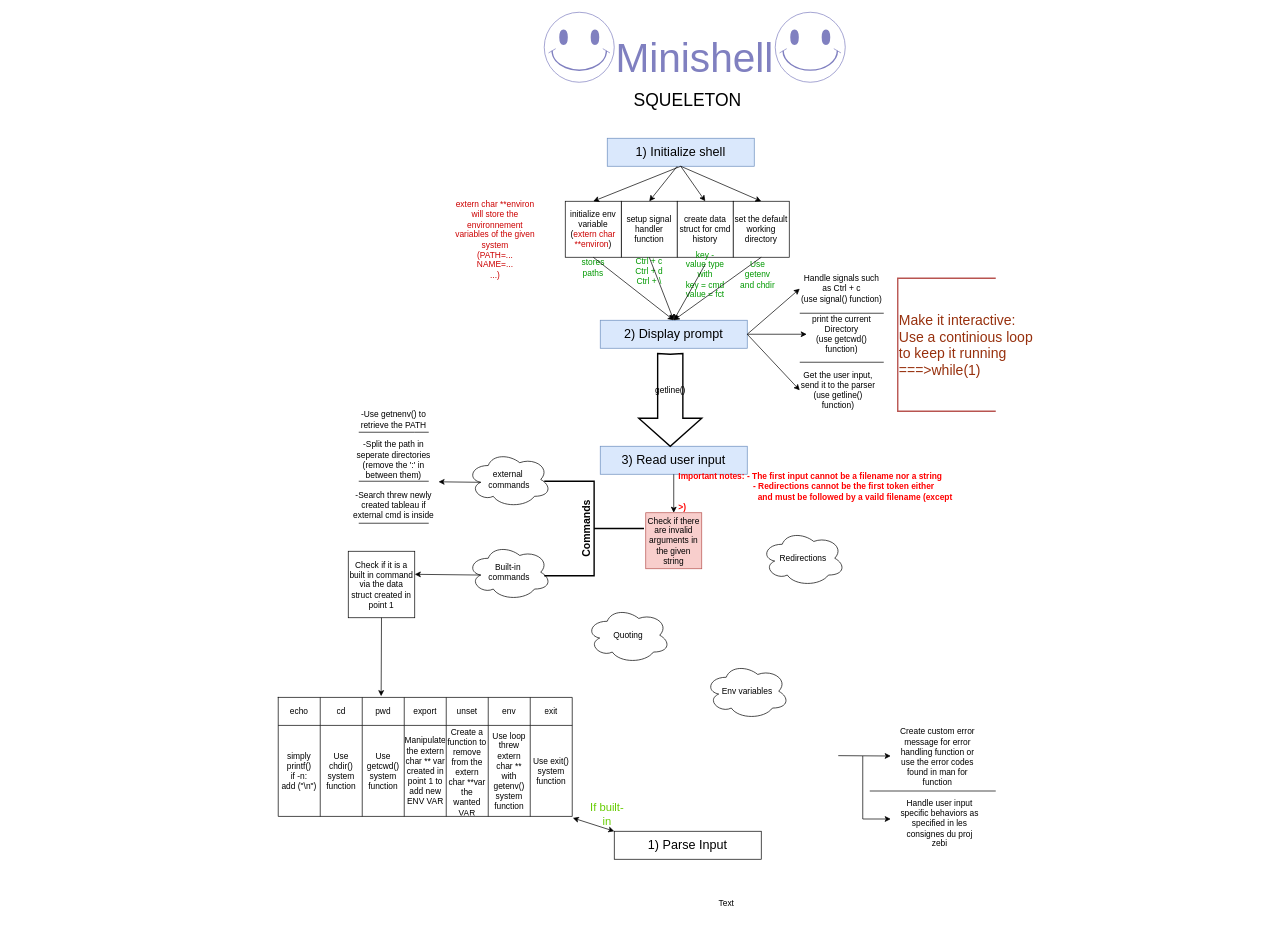
Above: Diagramme sans nom.drawio in Guilhemdk/Minishell_graph (draw.io), before the change. Source tidied: cells renumbered, new cells numbered last; positions are measured from the earlier drawing's top-left corner, leaving out a move shared by most shapes. Both pictures are drawn from the tidied source at 70%, with x=0, y=0 at pixel (278, 12).
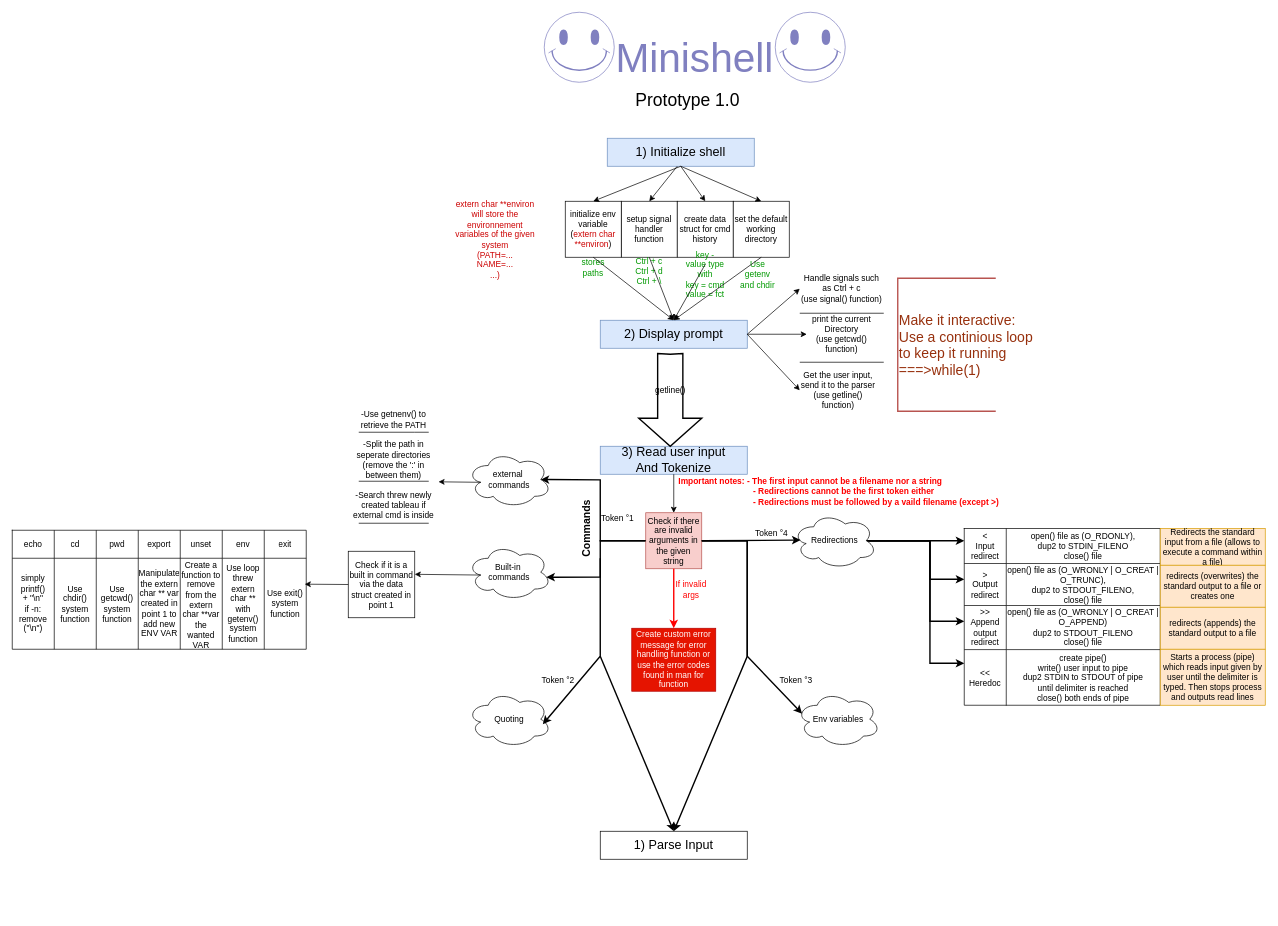
The same page after the edit.

Unchanged cells that the change refers to:
```xml
<mxCell id="2" value="Check if it is a built in command via the data struct created in point 1" style="whiteSpace=wrap;html=1;" parent="1" vertex="1">
  <mxGeometry x="100" y="770" width="95" height="95" as="geometry" />
</mxCell>
<mxCell id="43" value="&lt;div&gt;Built-in&amp;nbsp;&lt;/div&gt;&lt;div&gt;commands&lt;/div&gt;" style="ellipse;shape=cloud;whiteSpace=wrap;html=1;" parent="1" vertex="1">
  <mxGeometry x="270" y="760" width="120" height="80" as="geometry" />
</mxCell>
<mxCell id="45" style="shape=tableRow;horizontal=0;startSize=0;swimlaneHead=0;swimlaneBody=0;strokeColor=inherit;top=0;left=0;bottom=0;right=0;fillColor=none;points=[[0,0.5],[1,0.5]];portConstraint=eastwest;" parent="44" vertex="1">
  <mxGeometry width="420" height="40" as="geometry" />
</mxCell>
<mxCell id="53" style="shape=tableRow;horizontal=0;startSize=0;swimlaneHead=0;swimlaneBody=0;strokeColor=inherit;top=0;left=0;bottom=0;right=0;fillColor=none;points=[[0,0.5],[1,0.5]];portConstraint=eastwest;" parent="44" vertex="1">
  <mxGeometry y="40" width="420" height="130" as="geometry" />
</mxCell>
<mxCell id="64" value="Check if there are invalid arguments in the given string" style="whiteSpace=wrap;html=1;fillColor=#f8cecc;strokeColor=#b85450;" parent="1" vertex="1">
  <mxGeometry x="525" y="715" width="80" height="80" as="geometry" />
</mxCell>
<mxCell id="65" value="&lt;div&gt;external&amp;nbsp;&lt;/div&gt;&lt;div&gt;commands&lt;/div&gt;" style="ellipse;shape=cloud;whiteSpace=wrap;html=1;" parent="1" vertex="1">
  <mxGeometry x="270" y="627.5" width="120" height="80" as="geometry" />
</mxCell>
```

Change to the diagram source:
```diff
@@
-    <mxCell id="4" value="Text" style="text;html=1;align=center;verticalAlign=middle;strokeColor=none;fillColor=none;" parent="1" vertex="1">
-      <mxGeometry x="620" y="1258" width="40" height="30" as="geometry" />
-    </mxCell>
@@
-    <mxCell id="6" value="&lt;font style=&quot;font-size: 18px;&quot;&gt;3) Read user input&lt;br&gt;&lt;/font&gt;" style="rounded=0;whiteSpace=wrap;html=1;fillColor=#dae8fc;strokeColor=#6c8ebf;" parent="1" vertex="1">
+    <mxCell id="6" value="&lt;div&gt;&lt;font style=&quot;font-size: 18px;&quot;&gt;3) Read user input&lt;/font&gt;&lt;/div&gt;&lt;div&gt;&lt;font style=&quot;font-size: 18px;&quot;&gt;And Tokenize&lt;br&gt;&lt;/font&gt;&lt;/div&gt;" style="rounded=0;whiteSpace=wrap;html=1;fillColor=#dae8fc;strokeColor=#6c8ebf;" parent="1" vertex="1">
       <mxGeometry x="460" y="620" width="210" height="40" as="geometry" />
     </mxCell>
     <mxCell id="7" value="&lt;font style=&quot;font-size: 18px;&quot;&gt;1) Parse Input&lt;br&gt;&lt;/font&gt;" style="rounded=0;whiteSpace=wrap;html=1;" parent="1" vertex="1">
-      <mxGeometry x="480" y="1170" width="210" height="40" as="geometry" />
+      <mxGeometry x="460" y="1170" width="210" height="40" as="geometry" />
     </mxCell>
@@
-    <mxCell id="36" style="endArrow=classic;html=1;rounded=0;" parent="1" edge="1">
-      <mxGeometry relative="1" as="geometry">
-        <mxPoint x="800" y="1062" as="sourcePoint" />
-        <mxPoint x="875" y="1062.5" as="targetPoint" />
-      </mxGeometry>
-    </mxCell>
-    <mxCell id="37" style="endArrow=classic;html=1;rounded=0;" parent="1" edge="1">
-      <mxGeometry relative="1" as="geometry">
-        <mxPoint x="835" y="1062.5" as="sourcePoint" />
-        <mxPoint x="875" y="1152.5" as="targetPoint" />
-        <Array as="points">
-          <mxPoint x="835" y="1152.5" />
-        </Array>
-      </mxGeometry>
-    </mxCell>
-    <mxCell id="38" value="Handle user input specific behaviors as specified in les consignes du proj zebi" style="text;html=1;align=center;verticalAlign=middle;whiteSpace=wrap;rounded=0;" parent="1" vertex="1">
-      <mxGeometry x="885" y="1123.8" width="120" height="70" as="geometry" />
-    </mxCell>
-    <mxCell id="39" style="endArrow=none;html=1;rounded=0;" parent="1" edge="1">
-      <mxGeometry relative="1" as="geometry">
-        <mxPoint x="845" y="1112.5" as="sourcePoint" />
-        <mxPoint x="1025" y="1112.5" as="targetPoint" />
-      </mxGeometry>
-    </mxCell>
-    <mxCell id="40" value="Create custom error message for error handling function or use the error codes found in man for function" style="text;html=1;align=center;verticalAlign=middle;whiteSpace=wrap;rounded=0;" parent="1" vertex="1">
-      <mxGeometry x="882" y="1030" width="120" height="67.5" as="geometry" />
+    <mxCell id="40" value="Create custom error message for error handling function or use the error codes found in man for function" style="text;html=1;align=center;verticalAlign=middle;whiteSpace=wrap;rounded=0;fillColor=#e51400;fontColor=#ffffff;strokeColor=#B20000;" parent="1" vertex="1">
+      <mxGeometry x="505" y="880" width="120" height="90" as="geometry" />
     </mxCell>
@@
-    <mxCell id="42" value="&lt;font style=&quot;font-size: 25px;&quot;&gt;SQUELETON&lt;/font&gt;" style="text;html=1;align=center;verticalAlign=middle;whiteSpace=wrap;rounded=0;rotation=0;" parent="1" vertex="1">
+    <mxCell id="42" value="&lt;font style=&quot;font-size: 25px;&quot;&gt;Prototype 1.0&lt;/font&gt;" style="text;html=1;align=center;verticalAlign=middle;whiteSpace=wrap;rounded=0;rotation=0;" parent="1" vertex="1">
       <mxGeometry x="440" y="100" width="290" height="47.5" as="geometry" />
     </mxCell>
@@
     <mxCell id="44" style="shape=table;startSize=0;childLayout=tableLayout;" parent="1" vertex="1">
-      <mxGeometry y="978.8" width="420" height="170" as="geometry" />
+      <mxGeometry x="-380" y="740" width="420" height="170" as="geometry" />
     </mxCell>
@@
-    <mxCell id="54" value="&lt;div align=&quot;center&quot;&gt;simply printf()&lt;/div&gt;&lt;div align=&quot;center&quot;&gt;if -n:&lt;/div&gt;&lt;div align=&quot;center&quot;&gt;add (&quot;\n&quot;)&lt;br&gt;&lt;/div&gt;" style="shape=partialRectangle;html=1;whiteSpace=wrap;strokeColor=inherit;overflow=hidden;fillColor=none;top=0;left=0;bottom=0;right=0;" parent="53" vertex="1">
+    <mxCell id="54" value="&lt;div align=&quot;center&quot;&gt;simply printf()&lt;/div&gt;&lt;div align=&quot;center&quot;&gt;+ &quot;\n&quot;&lt;br&gt;&lt;/div&gt;&lt;div align=&quot;center&quot;&gt;if -n:&lt;/div&gt;&lt;div align=&quot;center&quot;&gt;remove (&quot;\n&quot;)&lt;br&gt;&lt;/div&gt;" style="shape=partialRectangle;html=1;whiteSpace=wrap;strokeColor=inherit;overflow=hidden;fillColor=none;top=0;left=0;bottom=0;right=0;" parent="53" vertex="1">
       <mxGeometry width="60" height="130" as="geometry" />
     </mxCell>
@@
+    <mxCell id="81" style="edgeStyle=orthogonalEdgeStyle;rounded=0;jettySize=auto;html=1;exitX=0;exitY=0.5;exitDx=0;exitDy=0;entryX=0.942;entryY=0.588;entryDx=0;entryDy=0;entryPerimeter=0;strokeWidth=2;" parent="1" edge="1" source="64" target="43">
+      <mxGeometry relative="1" as="geometry">
+        <Array as="points">
+          <mxPoint x="460" y="755" />
+          <mxPoint x="460" y="807" />
+        </Array>
+      </mxGeometry>
+    </mxCell>
@@
-    <mxCell id="66" style="endArrow=classic;html=1;rounded=0;exitX=0.5;exitY=1;exitDx=0;exitDy=0;entryX=0.35;entryY=-0.044;entryDx=0;entryDy=0;entryPerimeter=0;" parent="1" edge="1" source="2" target="45">
+    <mxCell id="66" style="endArrow=classic;html=1;rounded=0;exitX=0;exitY=0.5;exitDx=0;exitDy=0;entryX=0.995;entryY=0.285;entryDx=0;entryDy=0;entryPerimeter=0;" parent="1" edge="1" source="2" target="53">
       <mxGeometry relative="1" as="geometry" />
     </mxCell>
-    <mxCell id="67" value="&lt;font color=&quot;#66cc00&quot; style=&quot;font-size: 16px;&quot;&gt;If built-in&lt;/font&gt;" style="text;html=1;align=center;verticalAlign=middle;whiteSpace=wrap;rounded=0;" parent="1" vertex="1">
-      <mxGeometry x="440" y="1130" width="60" height="30" as="geometry" />
-    </mxCell>
-    <mxCell id="68" style="strokeWidth=2;html=1;shape=mxgraph.flowchart.annotation_2;align=left;labelPosition=right;direction=west;" parent="1" vertex="1">
-      <mxGeometry x="380" y="670" width="142.5" height="135" as="geometry" />
-    </mxCell>
-    <mxCell id="69" style="endArrow=classic;startArrow=classic;html=1;rounded=0;entryX=0;entryY=0;entryDx=0;entryDy=0;exitX=1.002;exitY=1.017;exitDx=0;exitDy=0;exitPerimeter=0;" parent="1" edge="1" source="53" target="7">
-      <mxGeometry relative="1" as="geometry" />
-    </mxCell>
@@
-    <mxCell id="72" value="&lt;div align=&quot;left&quot;&gt;&lt;font color=&quot;#ff0000&quot;&gt;&lt;b&gt;Important notes: - The first input cannot be a filename nor a string&lt;/b&gt;&lt;/font&gt;&lt;/div&gt;&lt;div align=&quot;left&quot;&gt;&lt;font color=&quot;#ff0000&quot;&gt;&lt;b&gt;&lt;span style=&quot;white-space: pre;&quot;&gt;&#9;&lt;/span&gt;&lt;span style=&quot;white-space: pre;&quot;&gt;&#9;&lt;/span&gt;&lt;span style=&quot;white-space: pre;&quot;&gt;&#9;&lt;/span&gt;&lt;span style=&quot;white-space: pre;&quot;&gt;&#9;&lt;/span&gt;- Redirections cannot be the first token either &lt;span style=&quot;white-space: pre;&quot;&gt;&#9;&lt;/span&gt;&lt;span style=&quot;white-space: pre;&quot;&gt;&#9;&lt;/span&gt;&lt;span style=&quot;white-space: pre;&quot;&gt;&#9;&lt;/span&gt;&lt;span style=&quot;white-space: pre;&quot;&gt;&#9;&lt;/span&gt;&amp;nbsp; and must be followed by a vaild filename (except &amp;gt;)&lt;br&gt;&lt;/b&gt;&lt;/font&gt;&lt;/div&gt;" style="text;html=1;align=left;verticalAlign=middle;whiteSpace=wrap;rounded=0;" parent="1" vertex="1">
-      <mxGeometry x="570" y="660" width="400" height="50" as="geometry" />
+    <mxCell id="72" value="&lt;div align=&quot;left&quot;&gt;&lt;font color=&quot;#ff0000&quot;&gt;&lt;b&gt;Important notes: - The first input cannot be a filename nor a string&lt;/b&gt;&lt;/font&gt;&lt;/div&gt;&lt;div align=&quot;left&quot;&gt;&lt;font color=&quot;#ff0000&quot;&gt;&lt;b&gt;&lt;span style=&quot;white-space: pre;&quot;&gt;&#9;&lt;/span&gt;&lt;span style=&quot;white-space: pre;&quot;&gt;&#9;&lt;/span&gt;&lt;span style=&quot;white-space: pre;&quot;&gt;&#9;&lt;/span&gt;&lt;span style=&quot;white-space: pre;&quot;&gt;&#9;&lt;/span&gt;- Redirections cannot be the first token either &lt;span style=&quot;white-space: pre;&quot;&gt;&#9;&lt;/span&gt;&lt;span style=&quot;white-space: pre;&quot;&gt;&#9;&lt;/span&gt;&lt;span style=&quot;white-space: pre;&quot;&gt;&#9;&lt;/span&gt;&lt;span style=&quot;white-space: pre;&quot;&gt;&#9;&lt;/span&gt;&amp;nbsp; &lt;span style=&quot;white-space: pre;&quot;&gt;&#9;&lt;/span&gt;&lt;span style=&quot;white-space: pre;&quot;&gt;&#9;&lt;/span&gt;&lt;span style=&quot;white-space: pre;&quot;&gt;&#9;&lt;/span&gt;&lt;span style=&quot;white-space: pre;&quot;&gt;&#9;&lt;/span&gt;- Redirections must be followed by a vaild filename (except &amp;gt;)&lt;br&gt;&lt;/b&gt;&lt;/font&gt;&lt;/div&gt;" style="text;html=1;align=left;verticalAlign=middle;whiteSpace=wrap;rounded=0;" parent="1" vertex="1">
+      <mxGeometry x="570" y="660" width="460" height="50" as="geometry" />
     </mxCell>
@@
+    <mxCell id="82" style="edgeStyle=orthogonalEdgeStyle;rounded=0;jettySize=auto;html=1;exitX=0.875;exitY=0.5;exitDx=0;exitDy=0;exitPerimeter=0;strokeWidth=2;" parent="1" edge="1" source="78">
+      <mxGeometry relative="1" as="geometry">
+        <mxPoint x="980" y="755" as="targetPoint" />
+      </mxGeometry>
+    </mxCell>
+    <mxCell id="83" style="edgeStyle=orthogonalEdgeStyle;rounded=0;jettySize=auto;html=1;exitX=0.875;exitY=0.5;exitDx=0;exitDy=0;exitPerimeter=0;strokeWidth=2;" parent="1" edge="1" source="78">
+      <mxGeometry relative="1" as="geometry">
+        <mxPoint x="980" y="810" as="targetPoint" />
+        <Array as="points">
+          <mxPoint x="931" y="755" />
+        </Array>
+      </mxGeometry>
+    </mxCell>
+    <mxCell id="84" style="edgeStyle=orthogonalEdgeStyle;rounded=0;jettySize=auto;html=1;exitX=0.875;exitY=0.5;exitDx=0;exitDy=0;exitPerimeter=0;strokeWidth=2;" parent="1" edge="1" source="78">
+      <mxGeometry relative="1" as="geometry">
+        <mxPoint x="980" y="870" as="targetPoint" />
+        <Array as="points">
+          <mxPoint x="931" y="755" />
+        </Array>
+      </mxGeometry>
+    </mxCell>
+    <mxCell id="85" style="edgeStyle=orthogonalEdgeStyle;rounded=0;jettySize=auto;html=1;exitX=0.875;exitY=0.5;exitDx=0;exitDy=0;exitPerimeter=0;strokeWidth=2;" parent="1" edge="1" source="78">
+      <mxGeometry relative="1" as="geometry">
+        <mxPoint x="980" y="930" as="targetPoint" />
+        <Array as="points">
+          <mxPoint x="931" y="755" />
+        </Array>
+      </mxGeometry>
+    </mxCell>
     <mxCell id="78" value="Redirections" style="ellipse;shape=cloud;whiteSpace=wrap;html=1;" parent="1" vertex="1">
-      <mxGeometry x="690" y="740" width="120" height="80" as="geometry" />
+      <mxGeometry x="735" y="715" width="120" height="80" as="geometry" />
     </mxCell>
     <mxCell id="79" value="Env variables" style="ellipse;shape=cloud;whiteSpace=wrap;html=1;" parent="1" vertex="1">
-      <mxGeometry x="610" y="930" width="120" height="80" as="geometry" />
+      <mxGeometry x="740" y="970" width="120" height="80" as="geometry" />
     </mxCell>
     <mxCell id="80" value="Quoting" style="ellipse;shape=cloud;whiteSpace=wrap;html=1;" parent="1" vertex="1">
-      <mxGeometry x="440" y="850" width="120" height="80" as="geometry" />
+      <mxGeometry x="270" y="970" width="120" height="80" as="geometry" />
     </mxCell>
+    <mxCell id="86" value="Token °1" style="text;html=1;align=center;verticalAlign=middle;whiteSpace=wrap;rounded=0;" parent="1" vertex="1">
+      <mxGeometry x="455" y="707.5" width="60" height="30" as="geometry" />
+    </mxCell>
+    <mxCell id="87" style="endArrow=classic;html=1;rounded=0;strokeWidth=2;entryX=0.092;entryY=0.488;entryDx=0;entryDy=0;entryPerimeter=0;exitX=1;exitY=0.5;exitDx=0;exitDy=0;" parent="1" edge="1" source="64" target="78">
+      <mxGeometry relative="1" as="geometry" />
+    </mxCell>
+    <mxCell id="88" style="shape=table;startSize=0;childLayout=tableLayout;" parent="1" vertex="1">
+      <mxGeometry x="980" y="737.5" width="280" height="252.5" as="geometry" />
+    </mxCell>
+    <mxCell id="89" style="shape=tableRow;horizontal=0;startSize=0;swimlaneHead=0;swimlaneBody=0;strokeColor=inherit;top=0;left=0;bottom=0;right=0;fillColor=none;" parent="88" vertex="1">
+      <mxGeometry width="280" height="50" as="geometry" />
+    </mxCell>
+    <mxCell id="90" value="&lt;div&gt;&amp;lt;&lt;/div&gt;&lt;div&gt;Input redirect&lt;br&gt;&lt;/div&gt;" style="shape=partialRectangle;html=1;whiteSpace=wrap;strokeColor=inherit;overflow=hidden;fillColor=none;top=0;left=0;bottom=0;right=0;" parent="89" vertex="1">
+      <mxGeometry width="60" height="50" as="geometry" />
+    </mxCell>
+    <mxCell id="91" value="&lt;div&gt;open() file as (O_RDONLY),&lt;/div&gt;&lt;div&gt;dup2 to STDIN_FILENO&lt;/div&gt;&lt;div&gt;close() file&lt;br&gt;&lt;/div&gt;" style="shape=partialRectangle;html=1;whiteSpace=wrap;strokeColor=inherit;overflow=hidden;fillColor=none;top=0;left=0;bottom=0;right=0;" parent="89" vertex="1">
+      <mxGeometry x="60" width="220" height="50" as="geometry" />
+    </mxCell>
+    <mxCell id="92" style="shape=tableRow;horizontal=0;startSize=0;swimlaneHead=0;swimlaneBody=0;strokeColor=inherit;top=0;left=0;bottom=0;right=0;fillColor=none;" parent="88" vertex="1">
+      <mxGeometry y="50" width="280" height="60" as="geometry" />
+    </mxCell>
+    <mxCell id="93" value="&lt;div&gt;&amp;gt;&lt;/div&gt;&lt;div&gt;Output redirect&lt;br&gt;&lt;/div&gt;" style="shape=partialRectangle;html=1;whiteSpace=wrap;strokeColor=inherit;overflow=hidden;fillColor=none;top=0;left=0;bottom=0;right=0;" parent="92" vertex="1">
+      <mxGeometry width="60" height="60" as="geometry" />
+    </mxCell>
+    <mxCell id="94" value="&lt;div&gt;open() file as (O_WRONLY | O_CREAT | O_TRUNC),&lt;/div&gt;&lt;div&gt;dup2 to STDOUT_FILENO,&lt;/div&gt;&lt;div&gt;close() file&lt;br&gt;&lt;/div&gt;" style="shape=partialRectangle;html=1;whiteSpace=wrap;strokeColor=inherit;overflow=hidden;fillColor=none;top=0;left=0;bottom=0;right=0;" parent="92" vertex="1">
+      <mxGeometry x="60" width="220" height="60" as="geometry" />
+    </mxCell>
+    <mxCell id="95" style="shape=tableRow;horizontal=0;startSize=0;swimlaneHead=0;swimlaneBody=0;strokeColor=inherit;top=0;left=0;bottom=0;right=0;fillColor=none;" parent="88" vertex="1">
+      <mxGeometry y="110" width="280" height="63" as="geometry" />
+    </mxCell>
+    <mxCell id="96" value="&lt;div&gt;&amp;gt;&amp;gt;&lt;/div&gt;&lt;div&gt;Append output redirect&lt;/div&gt;" style="shape=partialRectangle;html=1;whiteSpace=wrap;strokeColor=inherit;overflow=hidden;fillColor=none;top=0;left=0;bottom=0;right=0;" parent="95" vertex="1">
+      <mxGeometry width="60" height="63" as="geometry" />
+    </mxCell>
+    <mxCell id="97" value="&lt;div&gt;open() file as (O_WRONLY | O_CREAT | O_APPEND)&lt;/div&gt;&lt;div&gt;dup2 to STDOUT_FILENO&lt;/div&gt;&lt;div&gt;close() file&lt;br&gt;&lt;/div&gt;" style="shape=partialRectangle;html=1;whiteSpace=wrap;strokeColor=inherit;overflow=hidden;fillColor=none;top=0;left=0;bottom=0;right=0;" parent="95" vertex="1">
+      <mxGeometry x="60" width="220" height="63" as="geometry" />
+    </mxCell>
+    <mxCell id="98" style="shape=tableRow;horizontal=0;startSize=0;swimlaneHead=0;swimlaneBody=0;strokeColor=inherit;top=0;left=0;bottom=0;right=0;fillColor=none;" parent="88" vertex="1">
+      <mxGeometry y="173" width="280" height="80" as="geometry" />
+    </mxCell>
+    <mxCell id="99" value="&lt;div&gt;&amp;lt;&amp;lt;&lt;/div&gt;&lt;div&gt;Heredoc&lt;br&gt;&lt;/div&gt;" style="shape=partialRectangle;html=1;whiteSpace=wrap;strokeColor=inherit;overflow=hidden;fillColor=none;top=0;left=0;bottom=0;right=0;" parent="98" vertex="1">
+      <mxGeometry width="60" height="80" as="geometry" />
+    </mxCell>
+    <mxCell id="100" value="&lt;div&gt;create pipe()&lt;/div&gt;&lt;div&gt;write() user input to pipe&lt;/div&gt;&lt;div&gt;dup2 STDIN to STDOUT of pipe&lt;/div&gt;&lt;div&gt;until delimiter is reached&lt;/div&gt;&lt;div&gt;close() both ends of pipe&lt;br&gt;&lt;/div&gt;" style="shape=partialRectangle;html=1;whiteSpace=wrap;strokeColor=inherit;overflow=hidden;fillColor=none;top=0;left=0;bottom=0;right=0;" parent="98" vertex="1">
+      <mxGeometry x="60" width="220" height="80" as="geometry" />
+    </mxCell>
+    <mxCell id="101" value="Redirects the standard input from a file (allows to execute a command within a file)" style="text;html=1;align=center;verticalAlign=middle;whiteSpace=wrap;rounded=0;fillColor=#ffe6cc;strokeColor=#d79b00;" parent="1" vertex="1">
+      <mxGeometry x="1260" y="737.5" width="150" height="52.5" as="geometry" />
+    </mxCell>
+    <mxCell id="102" value="redirects (overwrites) the standard output to a file or creates one" style="text;html=1;align=center;verticalAlign=middle;whiteSpace=wrap;rounded=0;fillColor=#ffe6cc;strokeColor=#d79b00;" parent="1" vertex="1">
+      <mxGeometry x="1260" y="790" width="150" height="60" as="geometry" />
+    </mxCell>
+    <mxCell id="103" value="redirects (appends) the standard output to a file" style="text;html=1;align=center;verticalAlign=middle;whiteSpace=wrap;rounded=0;fillColor=#ffe6cc;strokeColor=#d79b00;" parent="1" vertex="1">
+      <mxGeometry x="1260" y="850" width="150" height="60" as="geometry" />
+    </mxCell>
+    <mxCell id="104" value="Starts a process (pipe) which reads input given by user until the delimiter is typed. Then stops process and outputs read lines " style="text;html=1;align=center;verticalAlign=middle;whiteSpace=wrap;rounded=0;fillColor=#ffe6cc;strokeColor=#d79b00;" parent="1" vertex="1">
+      <mxGeometry x="1260" y="910" width="150" height="80" as="geometry" />
+    </mxCell>
+    <mxCell id="105" style="endArrow=classic;html=1;rounded=0;strokeWidth=2;exitX=0;exitY=0.5;exitDx=0;exitDy=0;entryX=0.875;entryY=0.5;entryDx=0;entryDy=0;entryPerimeter=0;" parent="1" edge="1" source="64" target="65">
+      <mxGeometry relative="1" as="geometry">
+        <Array as="points">
+          <mxPoint x="460" y="755" />
+          <mxPoint x="460" y="668" />
+        </Array>
+      </mxGeometry>
+    </mxCell>
+    <mxCell id="106" style="endArrow=classic;html=1;rounded=0;exitX=0.5;exitY=1;exitDx=0;exitDy=0;strokeWidth=2;strokeColor=#FF0000;" parent="1" edge="1" source="64">
+      <mxGeometry relative="1" as="geometry">
+        <mxPoint x="565" y="880" as="targetPoint" />
+      </mxGeometry>
+    </mxCell>
+    <mxCell id="107" value="&lt;font color=&quot;#ff0000&quot;&gt;If invalid args&lt;/font&gt;" style="text;html=1;align=center;verticalAlign=middle;whiteSpace=wrap;rounded=0;" parent="1" vertex="1">
+      <mxGeometry x="560" y="810" width="60" height="30" as="geometry" />
+    </mxCell>
+    <mxCell id="108" style="endArrow=classic;html=1;rounded=0;entryX=0.9;entryY=0.588;entryDx=0;entryDy=0;entryPerimeter=0;strokeWidth=2;" parent="1" edge="1" target="80">
+      <mxGeometry relative="1" as="geometry">
+        <mxPoint x="460" y="780" as="sourcePoint" />
+        <Array as="points">
+          <mxPoint x="460" y="920" />
+        </Array>
+      </mxGeometry>
+    </mxCell>
+    <mxCell id="109" style="endArrow=classic;html=1;rounded=0;entryX=0.5;entryY=0;entryDx=0;entryDy=0;strokeWidth=2;" parent="1" edge="1" target="7">
+      <mxGeometry relative="1" as="geometry">
+        <mxPoint x="460" y="920" as="sourcePoint" />
+      </mxGeometry>
+    </mxCell>
+    <mxCell id="110" style="endArrow=classic;html=1;rounded=0;exitX=1;exitY=0.5;exitDx=0;exitDy=0;strokeWidth=2;entryX=0.07;entryY=0.4;entryDx=0;entryDy=0;entryPerimeter=0;" parent="1" edge="1" source="64" target="79">
+      <mxGeometry relative="1" as="geometry">
+        <Array as="points">
+          <mxPoint x="670" y="755" />
+          <mxPoint x="670" y="920" />
+        </Array>
+      </mxGeometry>
+    </mxCell>
+    <mxCell id="111" style="endArrow=classic;html=1;rounded=0;exitX=1;exitY=0.5;exitDx=0;exitDy=0;entryX=0.5;entryY=0;entryDx=0;entryDy=0;strokeWidth=2;" parent="1" edge="1" source="64" target="7">
+      <mxGeometry relative="1" as="geometry">
+        <Array as="points">
+          <mxPoint x="670" y="755" />
+          <mxPoint x="670" y="920" />
+        </Array>
+      </mxGeometry>
+    </mxCell>
+    <mxCell id="112" value="Token °2" style="text;html=1;align=center;verticalAlign=middle;whiteSpace=wrap;rounded=0;" parent="1" vertex="1">
+      <mxGeometry x="370" y="940" width="60" height="30" as="geometry" />
+    </mxCell>
+    <mxCell id="113" value="Token °3" style="text;html=1;align=center;verticalAlign=middle;whiteSpace=wrap;rounded=0;" parent="1" vertex="1">
+      <mxGeometry x="710" y="940" width="60" height="30" as="geometry" />
+    </mxCell>
+    <mxCell id="114" value="Token °4" style="text;html=1;align=center;verticalAlign=middle;whiteSpace=wrap;rounded=0;" parent="1" vertex="1">
+      <mxGeometry x="675" y="730" width="60" height="30" as="geometry" />
+    </mxCell>
```
